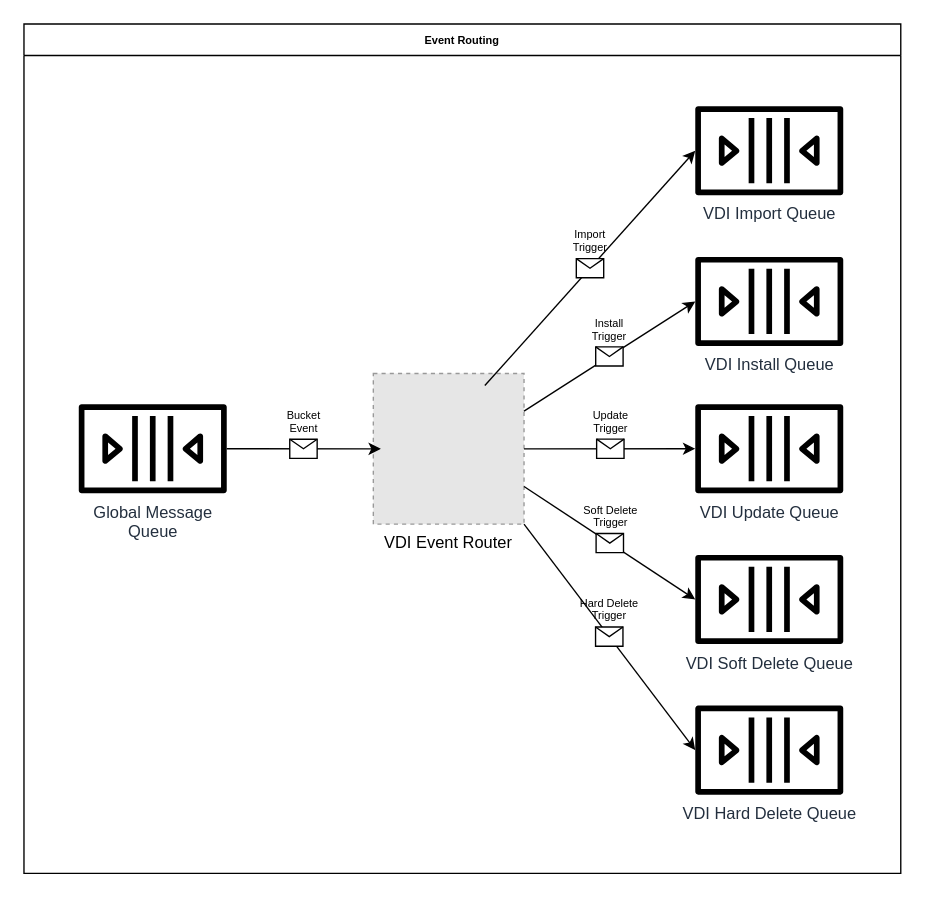
Before: docs/design/1.0/diagrams/3-event-routing.drawio in VEuPathDB/vdi-service, a draw.io diagram. Source tidied: cells renumbered, new cells numbered last; positions are measured from the earlier drawing's top-left corner, leaving out a move shared by most shapes. Both pictures are drawn from the tidied source at 137%, with x=0, y=0 at pixel (23, 23). Pictures stored in the file or linked from it are replaced by grey dashed boxes.
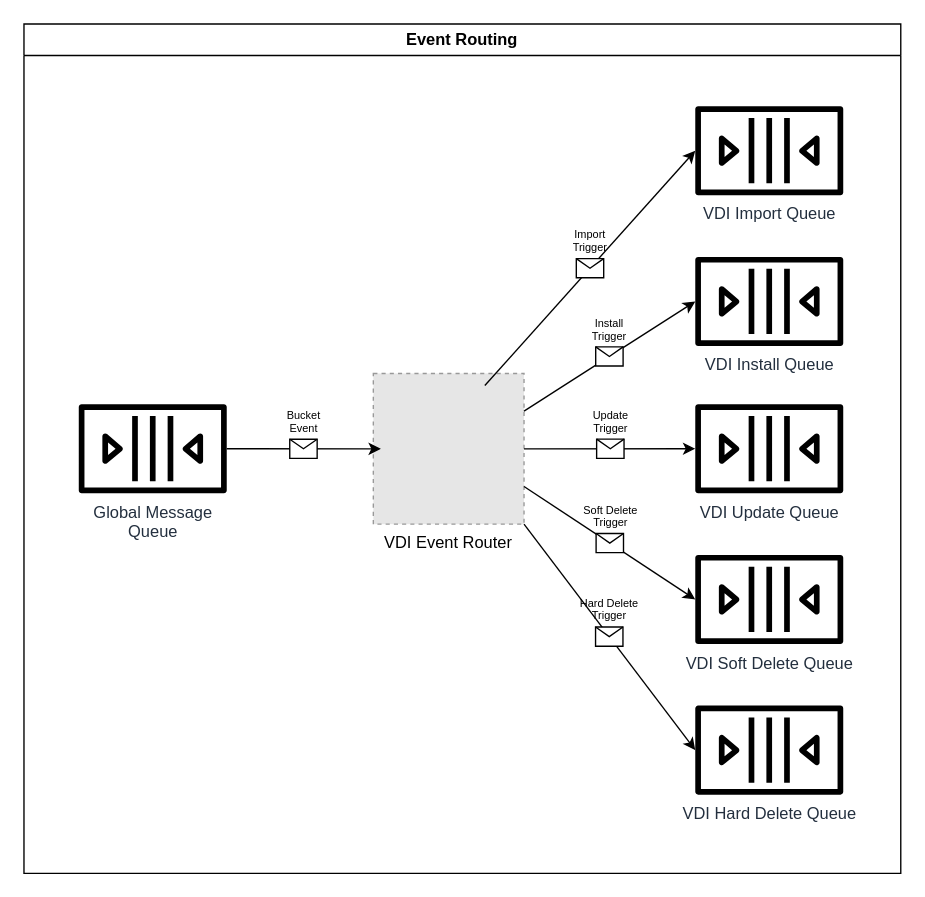
The same page after the edit.

What changed in the source:
```diff
@@
-    <mxCell id="2" value="Event Routing" style="swimlane;whiteSpace=wrap;html=1;fontSize=8;fillColor=default;" parent="1" vertex="1">
+    <mxCell id="2" value="Event Routing" style="swimlane;whiteSpace=wrap;html=1;fontSize=12;fillColor=default;" parent="1" vertex="1">
       <mxGeometry width="640" height="620" as="geometry" />
     </mxCell>
```
